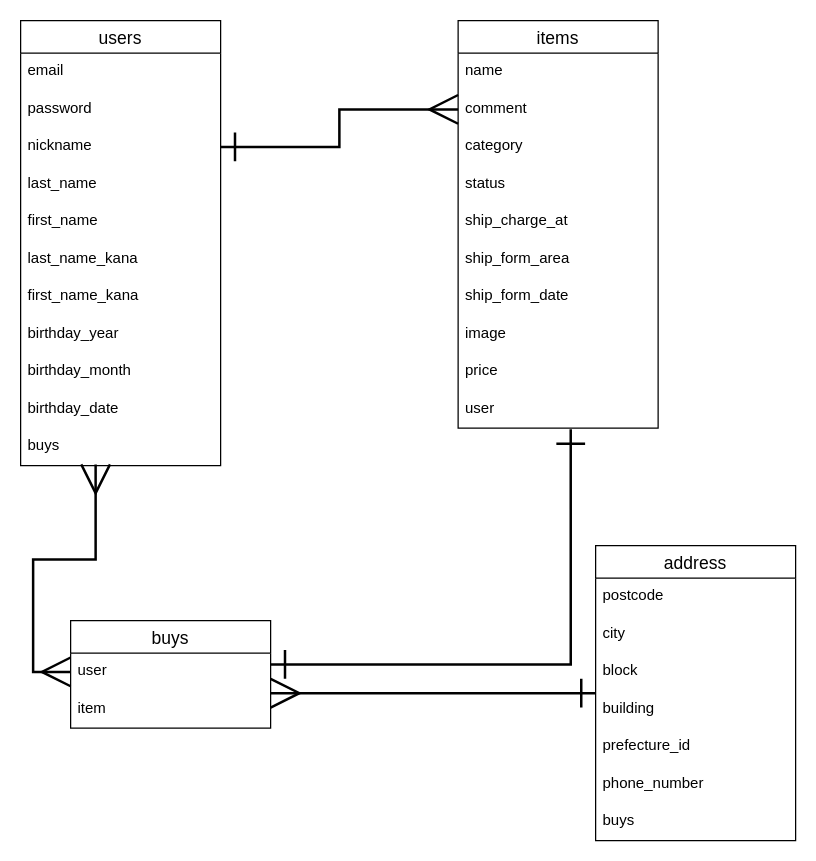
The draw.io diagram ER.dio in s-i27/furima-31102, before the edit. Source tidied: cells renumbered, new cells numbered last; positions are measured from the earlier drawing's top-left corner, leaving out a move shared by most shapes. Both pictures are drawn from the tidied source at 125%, with x=0, y=0 at pixel (20, 20).
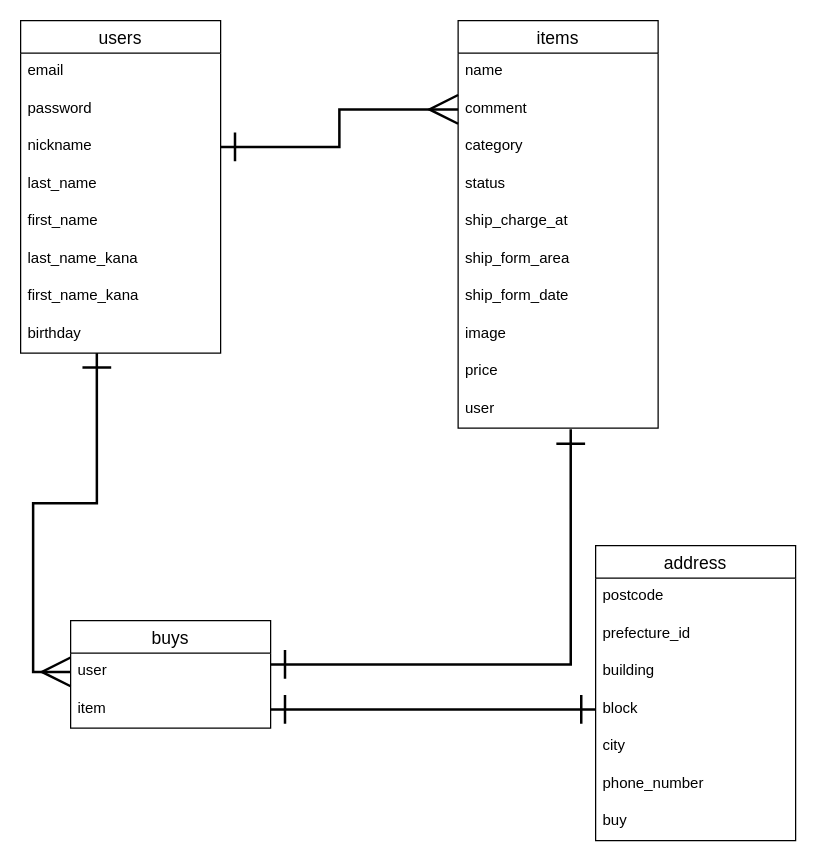
The same diagram, later.

Commit message (it also covers changes not shown here):
ER図修正、addressテーブルの has_many :buysを  belongs_to :buyに修正　。buys  カラムをbuyに修正

Unchanged cells that the change refers to:
```xml
<mxCell id="30" value="user" style="text;strokeColor=none;fillColor=none;spacingLeft=4;spacingRight=4;overflow=hidden;points=[[0,0.5],[1,0.5]];portConstraint=eastwest;fontSize=12;" parent="29" vertex="1">
  <mxGeometry y="26" width="160" height="30" as="geometry" />
</mxCell>
<mxCell id="31" value="item" style="text;strokeColor=none;fillColor=none;spacingLeft=4;spacingRight=4;overflow=hidden;points=[[0,0.5],[1,0.5]];portConstraint=eastwest;fontSize=12;" parent="29" vertex="1">
  <mxGeometry y="56" width="160" height="30" as="geometry" />
</mxCell>
<mxCell id="32" value="address" style="swimlane;fontStyle=0;horizontal=1;startSize=26;align=center;fontSize=14;" parent="1" vertex="1">
  <mxGeometry x="460" y="420" width="160" height="236" as="geometry" />
</mxCell>
```

Diff of the diagram source:
```diff
@@
     <mxCell id="2" value="users" style="swimlane;fontStyle=0;horizontal=1;startSize=26;align=center;fontSize=14;" parent="1" vertex="1">
-      <mxGeometry width="160" height="356" as="geometry" />
+      <mxGeometry width="160" height="266" as="geometry" />
     </mxCell>
@@
-    <mxCell id="10" value="birthday_year" style="text;strokeColor=none;fillColor=none;spacingLeft=4;spacingRight=4;overflow=hidden;fontSize=12;" parent="2" vertex="1">
-      <mxGeometry y="236" width="160" height="30" as="geometry" />
-    </mxCell>
-    <mxCell id="11" value="birthday_month" style="text;strokeColor=none;fillColor=none;spacingLeft=4;spacingRight=4;overflow=hidden;fontSize=12;" parent="2" vertex="1">
-      <mxGeometry y="266" width="160" height="30" as="geometry" />
-    </mxCell>
-    <mxCell id="12" value="birthday_date" style="text;strokeColor=none;fillColor=none;spacingLeft=4;spacingRight=4;overflow=hidden;points=[[0,0.5],[1,0.5]];portConstraint=eastwest;fontSize=12;" parent="2" vertex="1">
-      <mxGeometry y="296" width="160" height="30" as="geometry" />
+    <mxCell id="12" value="birthday" style="text;strokeColor=none;fillColor=none;spacingLeft=4;spacingRight=4;overflow=hidden;points=[[0,0.5],[1,0.5]];portConstraint=eastwest;fontSize=12;" parent="2" vertex="1">
+      <mxGeometry y="236" width="160" height="30" as="geometry" />
     </mxCell>
-    <mxCell id="13" value="buys" style="text;strokeColor=none;fillColor=none;spacingLeft=4;spacingRight=4;overflow=hidden;points=[[0,0.5],[1,0.5]];portConstraint=eastwest;fontSize=12;" parent="2" vertex="1">
-      <mxGeometry y="326" width="160" height="30" as="geometry" />
-    </mxCell>
@@
-    <mxCell id="16" style="edgeStyle=orthogonalEdgeStyle;rounded=0;jettySize=auto;html=1;exitX=0;exitY=0.5;exitDx=0;exitDy=0;startArrow=ERmany;startFill=0;startSize=20;endArrow=ERmany;endFill=0;endSize=20;strokeWidth=2;entryX=0.375;entryY=0.967;entryDx=0;entryDy=0;entryPerimeter=0;" parent="1" edge="1" source="30" target="13">
+    <mxCell id="16" style="edgeStyle=orthogonalEdgeStyle;rounded=0;jettySize=auto;html=1;exitX=0;exitY=0.5;exitDx=0;exitDy=0;startArrow=ERmany;startFill=0;startSize=20;endArrow=ERone;endFill=0;endSize=20;strokeWidth=2;entryX=0.381;entryY=1;entryDx=0;entryDy=0;entryPerimeter=0;" parent="1" edge="1" source="30" target="12">
       <mxGeometry relative="1" as="geometry" />
     </mxCell>
@@
-    <mxCell id="28" style="edgeStyle=orthogonalEdgeStyle;rounded=0;jettySize=auto;html=1;endArrow=ERmany;endFill=0;endSize=20;startSize=20;strokeWidth=2;startArrow=ERone;startFill=0;entryX=1;entryY=0.067;entryDx=0;entryDy=0;entryPerimeter=0;" parent="1" edge="1" source="32" target="31">
+    <mxCell id="28" style="edgeStyle=orthogonalEdgeStyle;rounded=0;jettySize=auto;html=1;endArrow=ERone;endFill=0;endSize=20;startSize=20;strokeWidth=2;startArrow=ERone;startFill=0;entryX=1;entryY=0.5;entryDx=0;entryDy=0;exitX=0;exitY=0.5;exitDx=0;exitDy=0;" parent="1" edge="1" source="35" target="31">
       <mxGeometry relative="1" as="geometry" />
     </mxCell>
@@
+    <mxCell id="37" value="prefecture_id" style="text;strokeColor=none;fillColor=none;spacingLeft=4;spacingRight=4;overflow=hidden;fontSize=12;" parent="32" vertex="1">
+      <mxGeometry y="56" width="160" height="30" as="geometry" />
+    </mxCell>
+    <mxCell id="36" value="building" style="text;strokeColor=none;fillColor=none;spacingLeft=4;spacingRight=4;overflow=hidden;fontSize=12;" parent="32" vertex="1">
+      <mxGeometry y="86" width="160" height="30" as="geometry" />
+    </mxCell>
+    <mxCell id="35" value="block" style="text;strokeColor=none;fillColor=none;spacingLeft=4;spacingRight=4;overflow=hidden;points=[[0,0.5],[1,0.5]];portConstraint=eastwest;fontSize=12;" parent="32" vertex="1">
+      <mxGeometry y="116" width="160" height="30" as="geometry" />
+    </mxCell>
     <mxCell id="34" value="city" style="text;strokeColor=none;fillColor=none;spacingLeft=4;spacingRight=4;overflow=hidden;fontSize=12;" parent="32" vertex="1">
-      <mxGeometry y="56" width="160" height="30" as="geometry" />
+      <mxGeometry y="146" width="160" height="30" as="geometry" />
     </mxCell>
-    <mxCell id="35" value="block" style="text;strokeColor=none;fillColor=none;spacingLeft=4;spacingRight=4;overflow=hidden;points=[[0,0.5],[1,0.5]];portConstraint=eastwest;fontSize=12;" parent="32" vertex="1">
-      <mxGeometry y="86" width="160" height="30" as="geometry" />
-    </mxCell>
-    <mxCell id="36" value="building" style="text;strokeColor=none;fillColor=none;spacingLeft=4;spacingRight=4;overflow=hidden;fontSize=12;" parent="32" vertex="1">
-      <mxGeometry y="116" width="160" height="30" as="geometry" />
-    </mxCell>
-    <mxCell id="37" value="prefecture_id" style="text;strokeColor=none;fillColor=none;spacingLeft=4;spacingRight=4;overflow=hidden;fontSize=12;" parent="32" vertex="1">
-      <mxGeometry y="146" width="160" height="30" as="geometry" />
-    </mxCell>
@@
-    <mxCell id="39" value="buys" style="text;strokeColor=none;fillColor=none;spacingLeft=4;spacingRight=4;overflow=hidden;fontSize=12;" parent="32" vertex="1">
+    <mxCell id="39" value="buy" style="text;strokeColor=none;fillColor=none;spacingLeft=4;spacingRight=4;overflow=hidden;fontSize=12;" parent="32" vertex="1">
       <mxGeometry y="206" width="160" height="30" as="geometry" />
     </mxCell>
```
